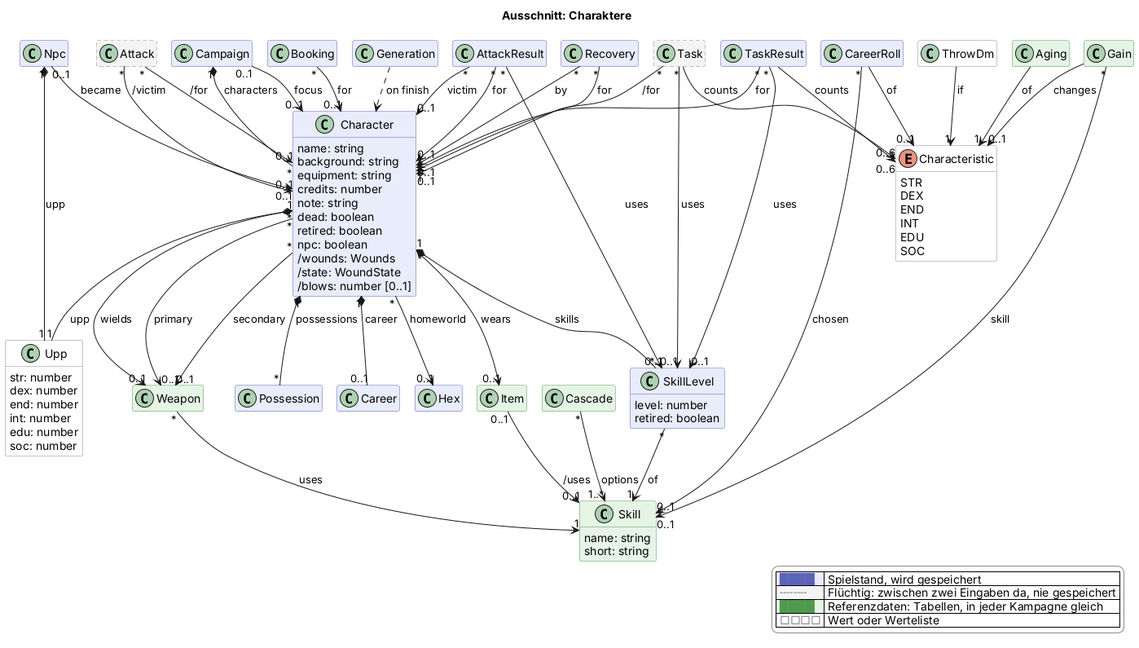
Above: docs/views/charakter.png in scuzzar/SRE (PlantUML), before the change.
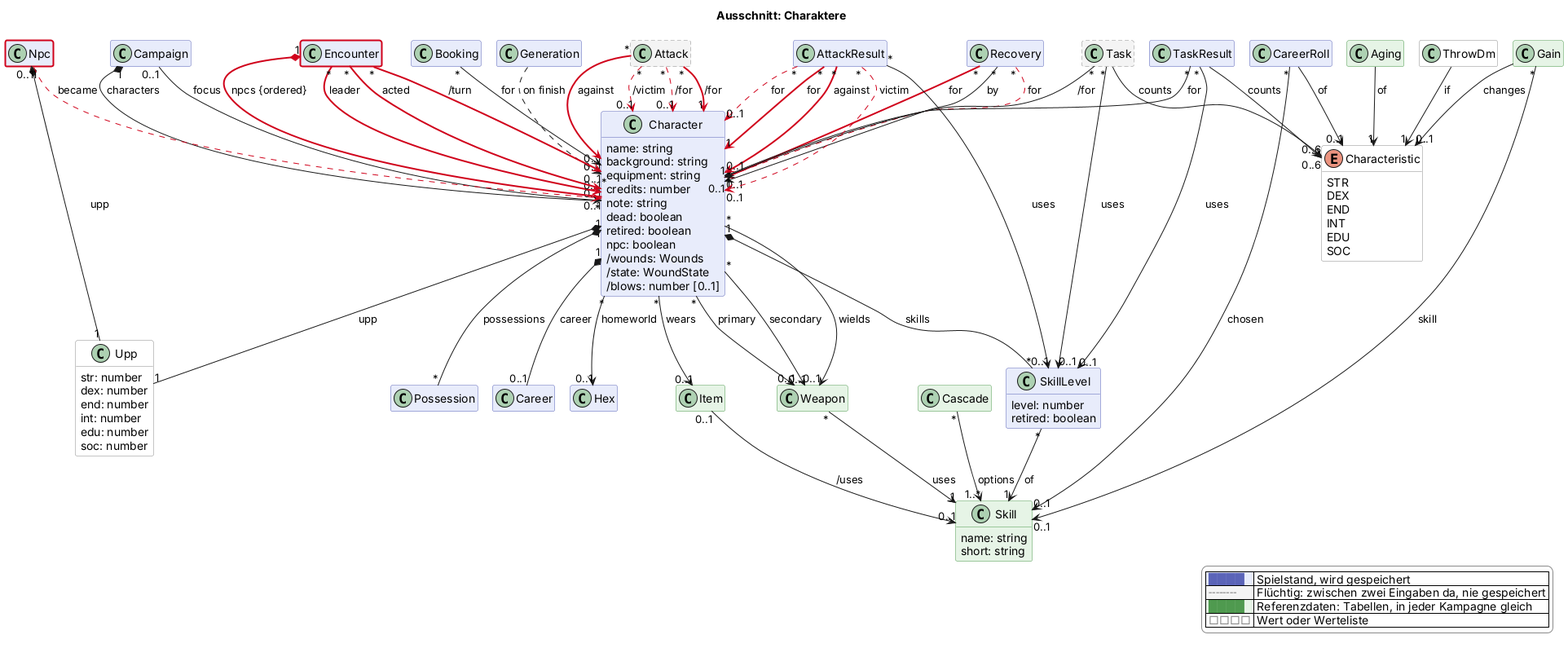
Above is the later version.

Change to the diagram source:
```diff
@@ -25,6 +25,12 @@
 !function $newArrow($c)
 !if $marked($c)
 !return "[#d0021b,bold]"
+!endif
+!return ""
+!endfunction
+!function $goneArrow($c)
+!if $marked($c)
+!return "[#d0021b,dashed]"
 !endif
 !return ""
 !endfunction
@@ -101,6 +107,7 @@
   class Attack <<transient>> $kampf
   class AttackResult $kampf
   class Recovery $kampf
+  class Encounter $begegnung
   class Npc $begegnung
 
   class Skill <<reference>> $charakter {
@@ -150,7 +157,8 @@
 
 Weapon "*" --> "1" Skill : uses
 
-Recovery "*" --> "0..1" Character : for
+Recovery "*" -$goneArrow("2026-11-08c")-> "0..1" Character : for
+Recovery "*" -$newArrow("2026-11-08c")-> "1" Character : for
 Recovery "*" --> "0..1" Character : by
 TaskResult "*" --> "1" Character : for
 TaskResult "*" --> "0..1" SkillLevel : uses
@@ -160,14 +168,22 @@
 Task "*" --> "0..1" SkillLevel : uses
 Task --> "0..6" Characteristic : counts
 
-Attack "*" --> "0..1" Character : /for
-Attack "*" --> "0..1" Character : /victim
-AttackResult "*" --> "0..1" Character : for
-AttackResult "*" --> "0..1" Character : victim
+Attack "*" -$goneArrow("2026-11-08c")-> "0..1" Character : /for
+Attack "*" -$newArrow("2026-11-08c")-> "1" Character : /for
+Attack "*" -$newArrow("2026-11-08c")-> "0..1" Character : against
+Attack "*" -$goneArrow("2026-11-08c")-> "0..1" Character : /victim
+AttackResult "*" -$goneArrow("2026-11-08c")-> "0..1" Character : for
+AttackResult "*" -$newArrow("2026-11-08c")-> "1" Character : for
+AttackResult "*" -$newArrow("2026-11-08c")-> "0..1" Character : against
+AttackResult "*" -$goneArrow("2026-11-08c")-> "0..1" Character : victim
 AttackResult "*" --> "0..1" SkillLevel : uses
 
+Encounter "1" *-$newArrow("2026-11-08c")- "*" Character : npcs {ordered}
+Encounter "*" -$newArrow("2026-11-08c")-> "0..1" Character : leader
+Encounter "*" -$newArrow("2026-11-08c")-> "*" Character : acted
+Encounter "*" -$newArrow("2026-11-08c")-> "0..1" Character : /turn
 Npc "1" *-- "1" Upp : upp
-Npc "0..1" --> "0..1" Character : became
+Npc "0..1" -$goneArrow("2026-11-08c")-> "0..1" Character : became
 Character "*" --> "0..1" Item : wears
 
 
@@ -178,4 +194,6 @@
   |<#e6f4e6> <color:#4f9a4f>████</color> | Referenzdaten: Tabellen, in jeder Kampagne gleich |
   |<#ffffff> <color:#8a8a8a>□□□□</color> | Wert oder Werteliste |
 endlegend
+class Encounter #line:d0021b;line.bold
+class Npc #line:d0021b;line.bold
 @enduml
```
